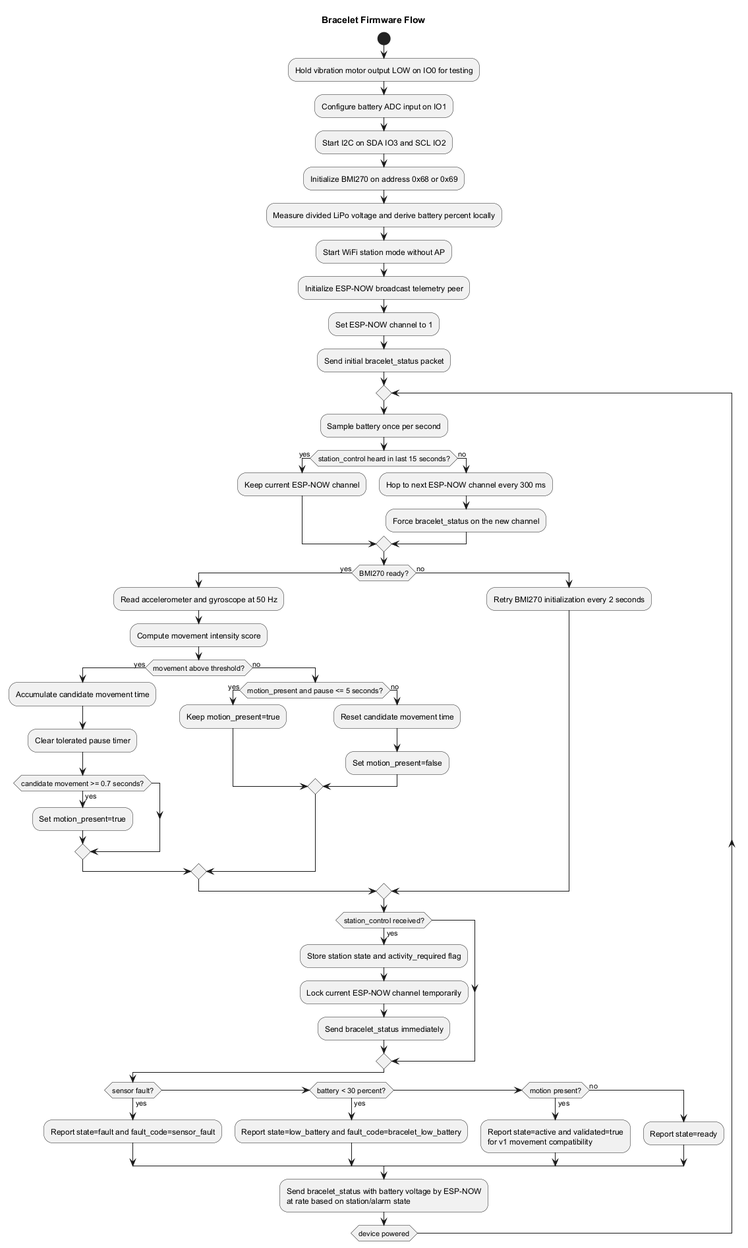
This is code/bracelet/UML/bracelet_firmware_flow.png from Jzn-wbr/Starter, a PlantUML export, as it was before one commit. Its diagram source:
```plantuml
@startuml
title Bracelet Firmware Flow

start
:Hold vibration motor output LOW on IO0 for testing;
:Configure battery ADC input on IO1;
:Start I2C on SDA IO3 and SCL IO2;
:Initialize BMI270 on address 0x68 or 0x69;
:Measure divided LiPo voltage and derive battery percent locally;
:Start WiFi station mode without AP;
:Initialize ESP-NOW broadcast telemetry peer;
:Set ESP-NOW channel to 1;
:Send initial bracelet_status packet;

repeat
  :Sample battery once per second;
  if (station_control heard in last 15 seconds?) then (yes)
    :Keep current ESP-NOW channel;
  else (no)
    :Hop to next ESP-NOW channel every 300 ms;
    :Force bracelet_status on the new channel;
  endif
  if (BMI270 ready?) then (yes)
    :Read accelerometer and gyroscope at 50 Hz;
    :Compute movement intensity score;
    if (movement above threshold?) then (yes)
      :Accumulate candidate movement time;
      :Clear tolerated pause timer;
      if (candidate movement >= 0.7 seconds?) then (yes)
        :Set motion_present=true;
      endif
    else (no)
      if (motion_present and pause <= 5 seconds?) then (yes)
        :Keep motion_present=true;
      else (no)
        :Reset candidate movement time;
        :Set motion_present=false;
      endif
    endif
  else (no)
    :Retry BMI270 initialization every 2 seconds;
  endif

  if (station_control received?) then (yes)
    :Store station state and activity_required flag;
    :Lock current ESP-NOW channel temporarily;
    :Send bracelet_status immediately;
  endif

  if (sensor fault?) then (yes)
    :Report state=fault and fault_code=sensor_fault;
  elseif (battery < 30 percent?) then (yes)
    :Report state=low_battery and fault_code=bracelet_low_battery;
  elseif (motion present?) then (yes)
    :Report state=active and validated=true\nfor v1 movement compatibility;
  else (no)
    :Report state=ready;
  endif

  :Send bracelet_status with battery voltage by ESP-NOW\nat rate based on station/alarm state;
repeat while (device powered)

@enduml
```
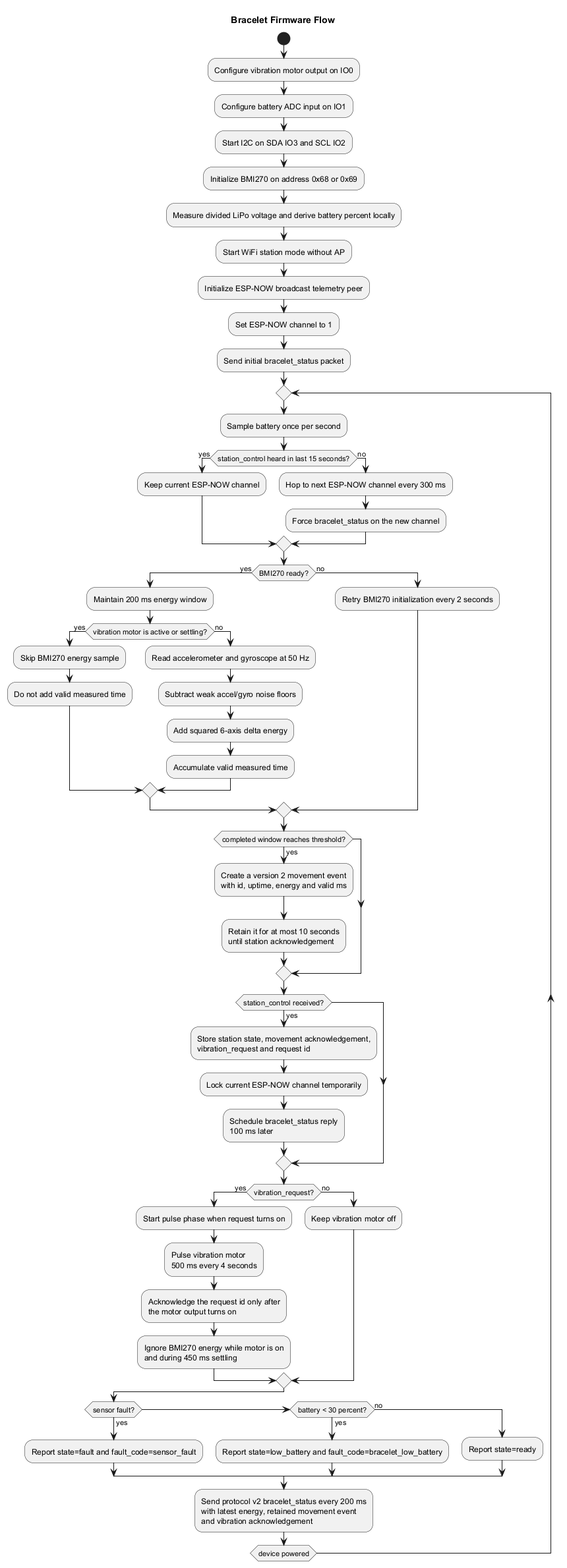
The same diagram one commit later.

The edit, as a diff of the source:
```diff
@@ -2,7 +2,7 @@
 title Bracelet Firmware Flow
 
 start
-:Hold vibration motor output LOW on IO0 for testing;
+:Configure vibration motor output on IO0;
 :Configure battery ADC input on IO1;
 :Start I2C on SDA IO3 and SCL IO2;
 :Initialize BMI270 on address 0x68 or 0x69;
@@ -21,43 +21,49 @@
     :Force bracelet_status on the new channel;
   endif
   if (BMI270 ready?) then (yes)
-    :Read accelerometer and gyroscope at 50 Hz;
-    :Compute movement intensity score;
-    if (movement above threshold?) then (yes)
-      :Accumulate candidate movement time;
-      :Clear tolerated pause timer;
-      if (candidate movement >= 0.7 seconds?) then (yes)
-        :Set motion_present=true;
-      endif
+    :Maintain 200 ms energy window;
+    if (vibration motor is active or settling?) then (yes)
+      :Skip BMI270 energy sample;
+      :Do not add valid measured time;
     else (no)
-      if (motion_present and pause <= 5 seconds?) then (yes)
-        :Keep motion_present=true;
-      else (no)
-        :Reset candidate movement time;
-        :Set motion_present=false;
-      endif
+      :Read accelerometer and gyroscope at 50 Hz;
+      :Subtract weak accel/gyro noise floors;
+      :Add squared 6-axis delta energy;
+      :Accumulate valid measured time;
     endif
   else (no)
     :Retry BMI270 initialization every 2 seconds;
   endif
 
+  if (completed window reaches threshold?) then (yes)
+    :Create a version 2 movement event\nwith id, uptime, energy and valid ms;
+    :Retain it for at most 10 seconds\nuntil station acknowledgement;
+  endif
+
   if (station_control received?) then (yes)
-    :Store station state and activity_required flag;
+    :Store station state, movement acknowledgement,\nvibration_request and request id;
     :Lock current ESP-NOW channel temporarily;
-    :Send bracelet_status immediately;
+    :Schedule bracelet_status reply\n100 ms later;
+  endif
+
+  if (vibration_request?) then (yes)
+    :Start pulse phase when request turns on;
+    :Pulse vibration motor\n500 ms every 4 seconds;
+    :Acknowledge the request id only after\nthe motor output turns on;
+    :Ignore BMI270 energy while motor is on\nand during 450 ms settling;
+  else (no)
+    :Keep vibration motor off;
   endif
 
   if (sensor fault?) then (yes)
     :Report state=fault and fault_code=sensor_fault;
   elseif (battery < 30 percent?) then (yes)
     :Report state=low_battery and fault_code=bracelet_low_battery;
-  elseif (motion present?) then (yes)
-    :Report state=active and validated=true\nfor v1 movement compatibility;
   else (no)
     :Report state=ready;
   endif
 
-  :Send bracelet_status with battery voltage by ESP-NOW\nat rate based on station/alarm state;
+  :Send protocol v2 bracelet_status every 200 ms\nwith latest energy, retained movement event\nand vibration acknowledgement;
 repeat while (device powered)
 
 @enduml
```
